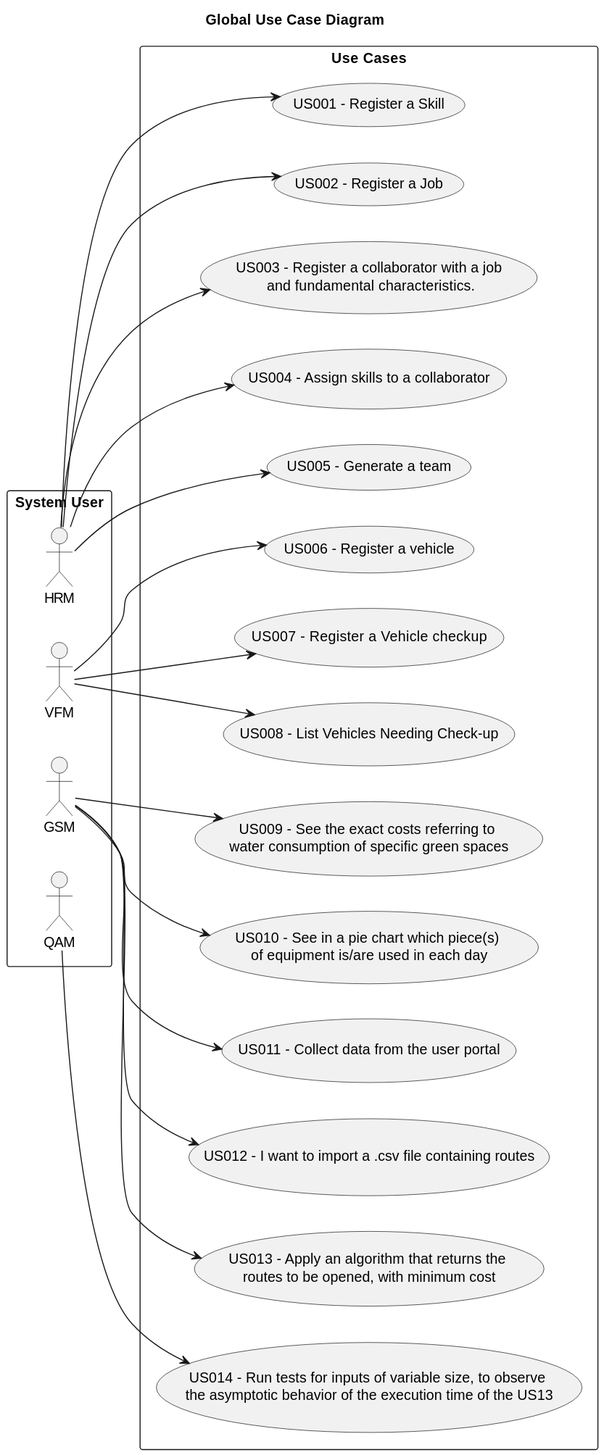
ricardomm7/leaflink keeps this PlantUML diagram as docs/sprintB/global-artifacts/01.requirements-engineering/svg/use-case-diagram.svg. Above is the earlier version.
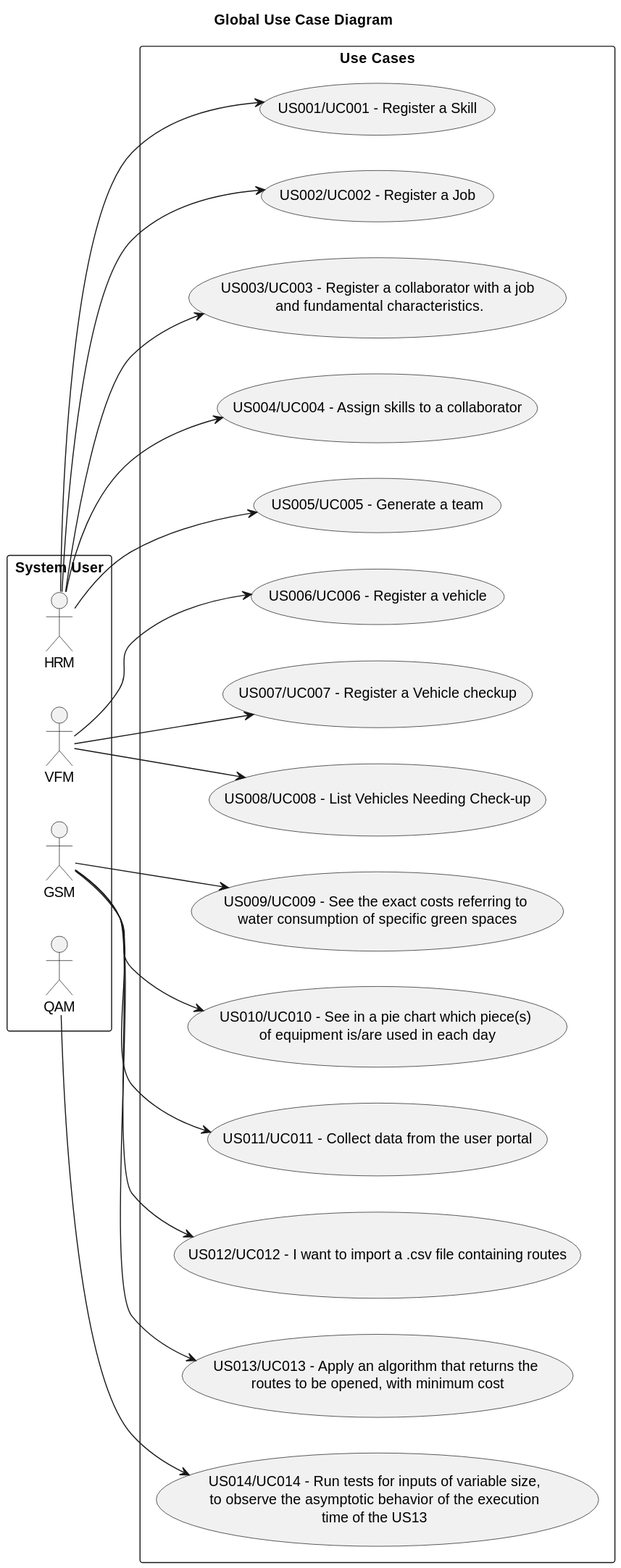
The same diagram one commit later.

Diff of the diagram source:
```diff
@@ -15,68 +15,68 @@
 }
 
 rectangle "Use Cases" as usecases{
-    usecase "US001 - Register a Skill" as US001
-    HRM --> US001
+    usecase "US001/UC001 - Register a Skill" as UC001
+    HRM --> UC001
 }
 
 rectangle "Use Cases" as usecases{
-    usecase "US002 - Register a Job" as US002
-    HRM --> US002
+    usecase "US002/UC002 - Register a Job" as UC002
+    HRM --> UC002
 }
 
 rectangle "Use Cases" as usecases{
-    usecase "US003 - Register a collaborator with a job\n and fundamental characteristics." as US003
-    HRM --> US003
+    usecase "US003/UC003 - Register a collaborator with a job\n and fundamental characteristics." as UC003
+    HRM --> UC003
 }
 
 rectangle "Use Cases" as usecases{
-    usecase "US004 - Assign skills to a collaborator" as US004
-    HRM --> US004
+    usecase "US004/UC004 - Assign skills to a collaborator" as UC004
+    HRM --> UC004
 }
 
 rectangle "Use Cases" as usecases{
-    usecase "US005 - Generate a team" as US005
-    HRM --> US005
+    usecase "US005/UC005 - Generate a team" as UC005
+    HRM --> UC005
 }
 
 rectangle "Use Cases" as usecases{
-    usecase "US006 - Register a vehicle" as US006
-    VFM --> US006
+    usecase "US006/UC006 - Register a vehicle" as UC006
+    VFM --> UC006
 }
 
 rectangle "Use Cases" as usecases{
-    usecase "US007 - Register a Vehicle check-up" as US007
-    VFM --> US007
+    usecase "US007/UC007 - Register a Vehicle checkup" as UC007
+    VFM --> UC007
 }
 
 rectangle "Use Cases" as usecases{
-    usecase "US008 - List Vehicles Needing Check-up" as US008
-    VFM --> US008
+    usecase "US008/UC008 - List Vehicles Needing Check-up" as UC008
+    VFM --> UC008
 }
 
 rectangle "Use Cases" as usecases{
-    usecase "US009 - See the exact costs referring to \nwater consumption of specific green spaces" as US009
-    GSM --> US009
+    usecase "US009/UC009 - See the exact costs referring to \nwater consumption of specific green spaces" as UC009
+    GSM --> UC009
 }
 
 rectangle "Use Cases" as usecases{
-    usecase "US010 - See in a pie chart which piece(s) \nof equipment is/are used in each day" as US010
-    GSM --> US010
+    usecase "US010/UC010 - See in a pie chart which piece(s) \nof equipment is/are used in each day" as UC010
+    GSM --> UC010
 }
 rectangle "Use Cases" as usecases{
-    usecase "US011 - Collect data from the user portal" as US011
-    GSM --> US011
+    usecase "US011/UC011 - Collect data from the user portal" as UC011
+    GSM --> UC011
 }
 rectangle "Use Cases" as usecases{
-    usecase "US012 - I want to import a .csv file containing routes" as US012
-    GSM --> US012
+    usecase "US012/UC012 - I want to import a .csv file containing routes" as UC012
+    GSM --> UC012
 }
 rectangle "Use Cases" as usecases{
-    usecase "US013 - Apply an algorithm that returns the \nroutes to be opened, with minimum cost" as US013
-    GSM --> US013
+    usecase "US013/UC013 - Apply an algorithm that returns the \nroutes to be opened, with minimum cost" as UC013
+    GSM --> UC013
 }
 rectangle "Use Cases" as usecases{
-    usecase "US014 - Run tests for inputs of variable size, to observe \nthe asymptotic behavior of the execution time of the US13" as US014
-    QAM --> US014
+    usecase "US014/UC014 - Run tests for inputs of variable size,\nto observe the asymptotic behavior of the execution\ntime of the US13" as UC014
+    QAM --> UC014
 }
 @enduml
```
